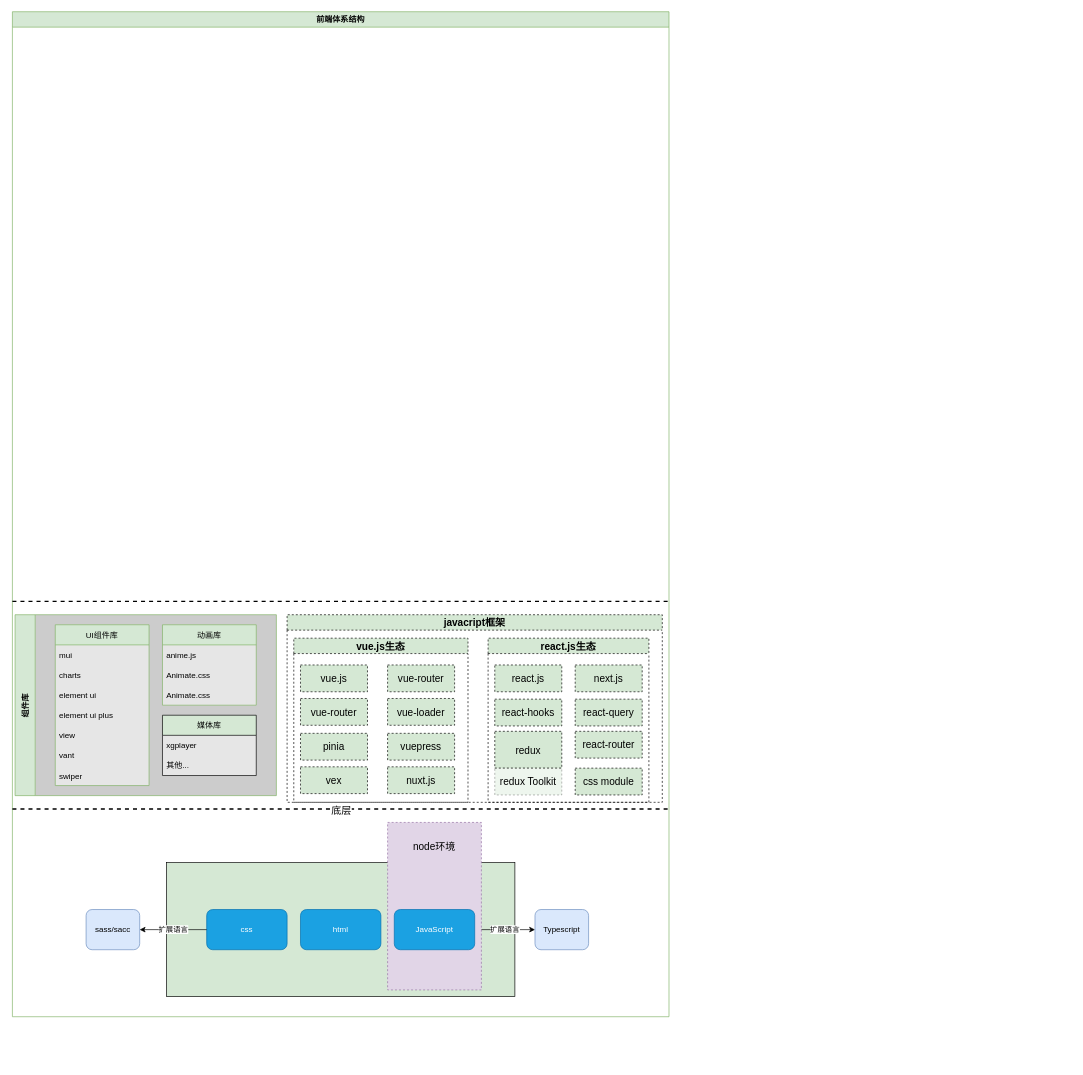
bbzywkq/bbzywkq keeps this draw.io diagram as docs/图表/前端体系结构.drawio. Above is the earlier version. Source tidied: cells renumbered, new cells numbered last; positions are measured from the earlier drawing's top-left corner, leaving out a move shared by most shapes. Both pictures are drawn from the tidied source at 67%, with x=0, y=0 at pixel (12, 11).
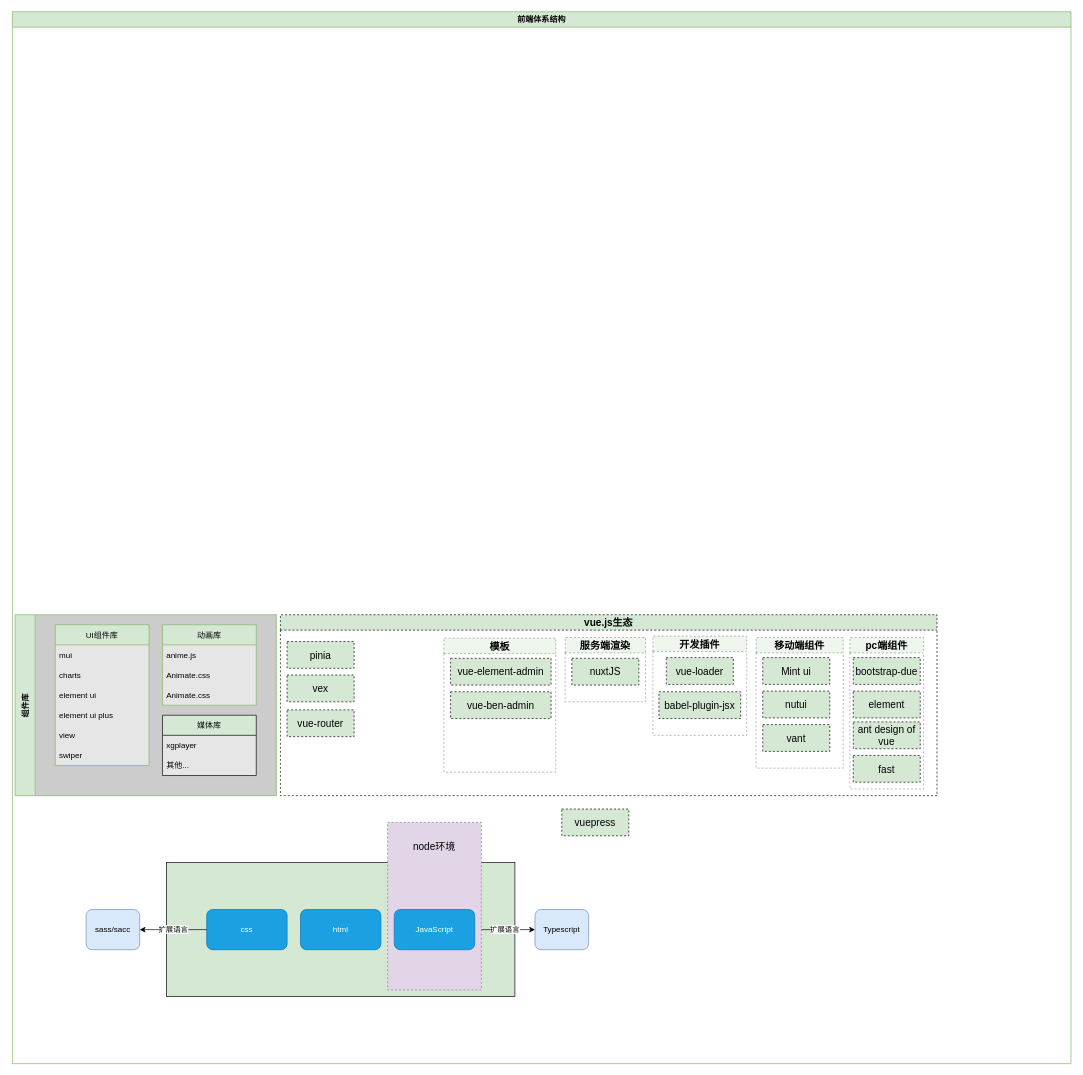
After the change.

Commit message (it also covers changes not shown here):
更新前端体系结构.drawio

The change refers to these unchanged cells:
```xml
<mxCell id="6" value="组件库" style="swimlane;horizontal=0;fillColor=#d5e8d4;strokeColor=#82b366;swimlaneFillColor=#CCCCCC;startSize=30;" parent="2" vertex="1">
  <mxGeometry x="4" y="900" width="390" height="270" as="geometry" />
</mxCell>
```

What changed in the source:
```diff
@@
     <mxCell id="2" value="前端体系结构" style="swimlane;fillColor=#D5E8D4;strokeColor=#82b366;" parent="1" vertex="1">
-      <mxGeometry width="980" height="1500" as="geometry" />
+      <mxGeometry width="1580" height="1570" as="geometry" />
     </mxCell>
-    <mxCell id="3" style="endArrow=none;dashed=1;html=1;rounded=0;strokeWidth=2;" parent="2" edge="1">
-      <mxGeometry relative="1" as="geometry">
-        <mxPoint y="1190" as="sourcePoint" />
-        <mxPoint x="980" y="1190" as="targetPoint" />
-      </mxGeometry>
-    </mxCell>
-    <mxCell id="4" value="&lt;font style=&quot;font-size: 15px;&quot;&gt;底层&lt;/font&gt;" style="edgeLabel;html=1;align=center;verticalAlign=middle;" parent="3" vertex="1">
-      <mxGeometry y="-1" relative="1" as="geometry" />
-    </mxCell>
-    <mxCell id="5" style="endArrow=none;dashed=1;html=1;strokeWidth=2;rounded=0;" parent="2" edge="1">
-      <mxGeometry relative="1" as="geometry">
-        <mxPoint y="880" as="sourcePoint" />
-        <mxPoint x="980" y="880" as="targetPoint" />
-      </mxGeometry>
-    </mxCell>
@@
     <mxCell id="7" value="UI组件库" style="swimlane;fontStyle=0;horizontal=1;startSize=30;fillColor=#d5e8d4;strokeColor=#82b366;gradientColor=none;swimlaneFillColor=#E6E6E6;" parent="6" vertex="1">
-      <mxGeometry x="60" y="15" width="140" height="240" as="geometry" />
+      <mxGeometry x="60" y="15" width="140" height="210" as="geometry" />
     </mxCell>
@@
-    <mxCell id="13" value="vant" style="text;strokeColor=none;fillColor=none;align=left;verticalAlign=middle;spacingLeft=4;spacingRight=4;overflow=hidden;" parent="7" vertex="1">
-      <mxGeometry y="180" width="140" height="30" as="geometry" />
-    </mxCell>
     <mxCell id="14" value="swiper" style="text;strokeColor=none;fillColor=none;align=left;verticalAlign=middle;spacingLeft=4;spacingRight=4;overflow=hidden;" parent="7" vertex="1">
-      <mxGeometry y="210" width="140" height="30" as="geometry" />
+      <mxGeometry y="180" width="140" height="30" as="geometry" />
     </mxCell>
@@
-    <mxCell id="33" value="javacript框架" style="swimlane;dashed=1;fontSize=15;fillColor=#D5E8D4;gradientColor=none;" parent="2" vertex="1">
-      <mxGeometry x="410" y="900" width="560" height="280" as="geometry" />
-    </mxCell>
-    <mxCell id="34" value="vue.js生态" style="swimlane;dashed=1;fontSize=15;fillColor=#D5E8D4;gradientColor=none;" parent="33" vertex="1">
-      <mxGeometry x="10" y="35" width="260" height="245" as="geometry" />
+    <mxCell id="34" value="vue.js生态" style="swimlane;dashed=1;fontSize=15;fillColor=#D5E8D4;gradientColor=none;" parent="2" vertex="1">
+      <mxGeometry x="400" y="900" width="980" height="270" as="geometry" />
     </mxCell>
-    <mxCell id="35" value="vue.js" style="rounded=0;whiteSpace=wrap;html=1;dashed=1;fontSize=15;fillColor=#D5E8D4;gradientColor=none;" parent="34" vertex="1">
-      <mxGeometry x="10" y="40" width="100" height="40" as="geometry" />
-    </mxCell>
     <mxCell id="36" value="vue-router" style="rounded=0;whiteSpace=wrap;html=1;dashed=1;fontSize=15;fillColor=#D5E8D4;gradientColor=none;" parent="34" vertex="1">
-      <mxGeometry x="10" y="90" width="100" height="40" as="geometry" />
+      <mxGeometry x="10" y="142" width="100" height="40" as="geometry" />
     </mxCell>
     <mxCell id="37" value="pinia" style="rounded=0;whiteSpace=wrap;html=1;dashed=1;fontSize=15;fillColor=#D5E8D4;gradientColor=none;" parent="34" vertex="1">
-      <mxGeometry x="10" y="142" width="100" height="40" as="geometry" />
+      <mxGeometry x="10" y="40" width="100" height="40" as="geometry" />
     </mxCell>
     <mxCell id="38" value="vex" style="rounded=0;whiteSpace=wrap;html=1;dashed=1;fontSize=15;fillColor=#D5E8D4;gradientColor=none;" parent="34" vertex="1">
-      <mxGeometry x="10" y="192" width="100" height="40" as="geometry" />
+      <mxGeometry x="10" y="90" width="100" height="40" as="geometry" />
     </mxCell>
-    <mxCell id="39" value="vue-router" style="rounded=0;whiteSpace=wrap;html=1;dashed=1;fontSize=15;fillColor=#D5E8D4;gradientColor=none;" parent="34" vertex="1">
-      <mxGeometry x="140" y="40" width="100" height="40" as="geometry" />
-    </mxCell>
+    <mxCell id="52" value="移动端组件" style="swimlane;dashed=1;fontSize=15;fillColor=#D5E8D4;gradientColor=none;opacity=40;" parent="34" vertex="1">
+      <mxGeometry x="710" y="34" width="130" height="195" as="geometry" />
+    </mxCell>
+    <mxCell id="53" value="nutui" style="rounded=0;whiteSpace=wrap;html=1;dashed=1;fontSize=15;fillColor=#D5E8D4;gradientColor=none;" parent="52" vertex="1">
+      <mxGeometry x="10" y="80" width="100" height="40" as="geometry" />
+    </mxCell>
+    <mxCell id="54" value="Mint ui" style="rounded=0;whiteSpace=wrap;html=1;dashed=1;fontSize=15;fillColor=#D5E8D4;gradientColor=none;" parent="52" vertex="1">
+      <mxGeometry x="10" y="30" width="100" height="40" as="geometry" />
+    </mxCell>
+    <mxCell id="13" value="vant" style="rounded=0;whiteSpace=wrap;html=1;dashed=1;fontSize=15;fillColor=#D5E8D4;gradientColor=none;" parent="52" vertex="1">
+      <mxGeometry x="10" y="130" width="100" height="40" as="geometry" />
+    </mxCell>
+    <mxCell id="55" value="pc端组件" style="swimlane;dashed=1;fontSize=15;fillColor=#D5E8D4;gradientColor=none;opacity=40;" parent="34" vertex="1">
+      <mxGeometry x="850" y="34" width="110" height="226" as="geometry" />
+    </mxCell>
+    <mxCell id="56" value="bootstrap-due" style="rounded=0;whiteSpace=wrap;html=1;dashed=1;fontSize=15;fillColor=#D5E8D4;gradientColor=none;" parent="55" vertex="1">
+      <mxGeometry x="5" y="30" width="100" height="40" as="geometry" />
+    </mxCell>
+    <mxCell id="57" value="element" style="rounded=0;whiteSpace=wrap;html=1;dashed=1;fontSize=15;fillColor=#D5E8D4;gradientColor=none;" parent="55" vertex="1">
+      <mxGeometry x="5" y="80" width="100" height="40" as="geometry" />
+    </mxCell>
+    <mxCell id="58" value="ant design of vue" style="rounded=0;whiteSpace=wrap;html=1;dashed=1;fontSize=15;fillColor=#D5E8D4;gradientColor=none;" parent="55" vertex="1">
+      <mxGeometry x="5" y="126" width="100" height="40" as="geometry" />
+    </mxCell>
+    <mxCell id="59" value="fast" style="rounded=0;whiteSpace=wrap;html=1;dashed=1;fontSize=15;fillColor=#D5E8D4;gradientColor=none;" parent="55" vertex="1">
+      <mxGeometry x="5" y="176" width="100" height="40" as="geometry" />
+    </mxCell>
+    <mxCell id="60" value="开发插件" style="swimlane;dashed=1;fontSize=15;fillColor=#D5E8D4;gradientColor=none;opacity=40;" parent="34" vertex="1">
+      <mxGeometry x="556" y="32" width="140" height="148" as="geometry" />
+    </mxCell>
-    <mxCell id="40" value="vue-loader" style="rounded=0;whiteSpace=wrap;html=1;dashed=1;fontSize=15;fillColor=#D5E8D4;gradientColor=none;" parent="34" vertex="1">
-      <mxGeometry x="140" y="90" width="100" height="40" as="geometry" />
+    <mxCell id="40" value="vue-loader" style="rounded=0;whiteSpace=wrap;html=1;dashed=1;fontSize=15;fillColor=#D5E8D4;gradientColor=none;" parent="60" vertex="1">
+      <mxGeometry x="20" y="32" width="100" height="40" as="geometry" />
     </mxCell>
+    <mxCell id="61" value="babel-plugin-jsx" style="rounded=0;whiteSpace=wrap;html=1;dashed=1;fontSize=15;fillColor=#D5E8D4;gradientColor=none;" parent="60" vertex="1">
+      <mxGeometry x="9" y="83" width="122" height="40" as="geometry" />
+    </mxCell>
+    <mxCell id="62" value="服务端渲染" style="swimlane;dashed=1;fontSize=15;fillColor=#D5E8D4;gradientColor=none;opacity=40;" parent="34" vertex="1">
+      <mxGeometry x="425" y="34" width="120" height="96" as="geometry" />
+    </mxCell>
+    <mxCell id="63" value="nuxtJS" style="rounded=0;whiteSpace=wrap;html=1;dashed=1;fontSize=15;fillColor=#D5E8D4;gradientColor=none;" parent="62" vertex="1">
+      <mxGeometry x="10" y="31" width="100" height="40" as="geometry" />
+    </mxCell>
+    <mxCell id="64" value="模板" style="swimlane;dashed=1;fontSize=15;fillColor=#D5E8D4;gradientColor=none;opacity=40;" parent="34" vertex="1">
+      <mxGeometry x="244" y="35" width="167" height="200" as="geometry" />
+    </mxCell>
+    <mxCell id="65" value="vue-element-admin" style="rounded=0;whiteSpace=wrap;html=1;dashed=1;fontSize=15;fillColor=#D5E8D4;gradientColor=none;" parent="64" vertex="1">
+      <mxGeometry x="10" y="30" width="150" height="40" as="geometry" />
+    </mxCell>
+    <mxCell id="66" value="vue-ben-admin" style="rounded=0;whiteSpace=wrap;html=1;dashed=1;fontSize=15;fillColor=#D5E8D4;gradientColor=none;" parent="64" vertex="1">
+      <mxGeometry x="10" y="80" width="150" height="40" as="geometry" />
+    </mxCell>
-    <mxCell id="41" value="vuepress" style="rounded=0;whiteSpace=wrap;html=1;dashed=1;fontSize=15;fillColor=#D5E8D4;gradientColor=none;" parent="34" vertex="1">
-      <mxGeometry x="140" y="142" width="100" height="40" as="geometry" />
+    <mxCell id="41" value="vuepress" style="rounded=0;whiteSpace=wrap;html=1;dashed=1;fontSize=15;fillColor=#D5E8D4;gradientColor=none;" parent="2" vertex="1">
+      <mxGeometry x="820" y="1190" width="100" height="40" as="geometry" />
     </mxCell>
-    <mxCell id="42" value="nuxt.js" style="rounded=0;whiteSpace=wrap;html=1;dashed=1;fontSize=15;fillColor=#D5E8D4;gradientColor=none;" parent="34" vertex="1">
-      <mxGeometry x="140" y="192" width="100" height="40" as="geometry" />
-    </mxCell>
-    <mxCell id="43" value="react.js生态" style="swimlane;dashed=1;fontSize=15;fillColor=#D5E8D4;gradientColor=none;" parent="33" vertex="1">
-      <mxGeometry x="300" y="35" width="240" height="245" as="geometry" />
-    </mxCell>
-    <mxCell id="44" value="react.js" style="rounded=0;whiteSpace=wrap;html=1;dashed=1;fontSize=15;fillColor=#D5E8D4;gradientColor=none;" parent="43" vertex="1">
-      <mxGeometry x="10" y="40" width="100" height="40" as="geometry" />
-    </mxCell>
-    <mxCell id="45" value="next.js" style="rounded=0;whiteSpace=wrap;html=1;dashed=1;fontSize=15;fillColor=#D5E8D4;gradientColor=none;" parent="43" vertex="1">
-      <mxGeometry x="130" y="40" width="100" height="40" as="geometry" />
-    </mxCell>
-    <mxCell id="46" value="react-hooks" style="rounded=0;whiteSpace=wrap;html=1;dashed=1;fontSize=15;fillColor=#D5E8D4;gradientColor=none;" parent="43" vertex="1">
-      <mxGeometry x="10" y="91" width="100" height="40" as="geometry" />
-    </mxCell>
-    <mxCell id="47" value="redux" style="rounded=0;whiteSpace=wrap;html=1;dashed=1;fontSize=15;fillColor=#D5E8D4;gradientColor=none;" parent="43" vertex="1">
-      <mxGeometry x="10" y="139" width="100" height="55" as="geometry" />
-    </mxCell>
-    <mxCell id="48" value="redux Toolkit" style="rounded=0;whiteSpace=wrap;html=1;dashed=1;fontSize=15;fillColor=#D5E8D4;gradientColor=none;opacity=40;" parent="43" vertex="1">
-      <mxGeometry x="10" y="194" width="100" height="40" as="geometry" />
-    </mxCell>
-    <mxCell id="49" value="react-query" style="rounded=0;whiteSpace=wrap;html=1;dashed=1;fontSize=15;fillColor=#D5E8D4;gradientColor=none;" parent="43" vertex="1">
-      <mxGeometry x="130" y="91" width="100" height="40" as="geometry" />
-    </mxCell>
-    <mxCell id="50" value="react-router" style="rounded=0;whiteSpace=wrap;html=1;dashed=1;fontSize=15;fillColor=#D5E8D4;gradientColor=none;" parent="43" vertex="1">
-      <mxGeometry x="130" y="139" width="100" height="40" as="geometry" />
-    </mxCell>
-    <mxCell id="51" value="css module" style="rounded=0;whiteSpace=wrap;html=1;dashed=1;fontSize=15;fillColor=#D5E8D4;gradientColor=none;" parent="43" vertex="1">
-      <mxGeometry x="130" y="194" width="100" height="40" as="geometry" />
-    </mxCell>
```
